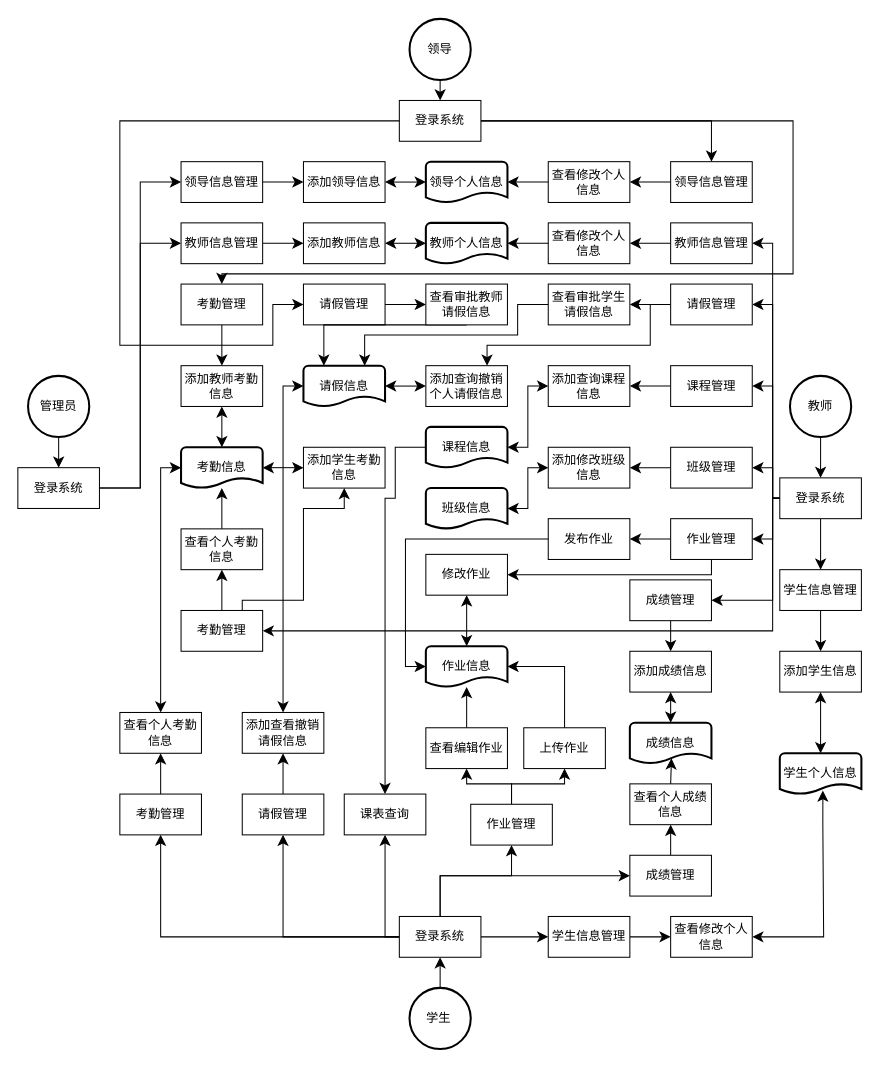
Before: page "系统流程" (2 of 47) of 系统结构图.drawio in yuglei/design, a draw.io diagram. Source tidied: cells renumbered, new cells numbered last; positions are measured from the earlier drawing's top-left corner, leaving out a move shared by most shapes. Both pictures are drawn from the tidied source at 102%, with x=0, y=0 at pixel (17, 18).
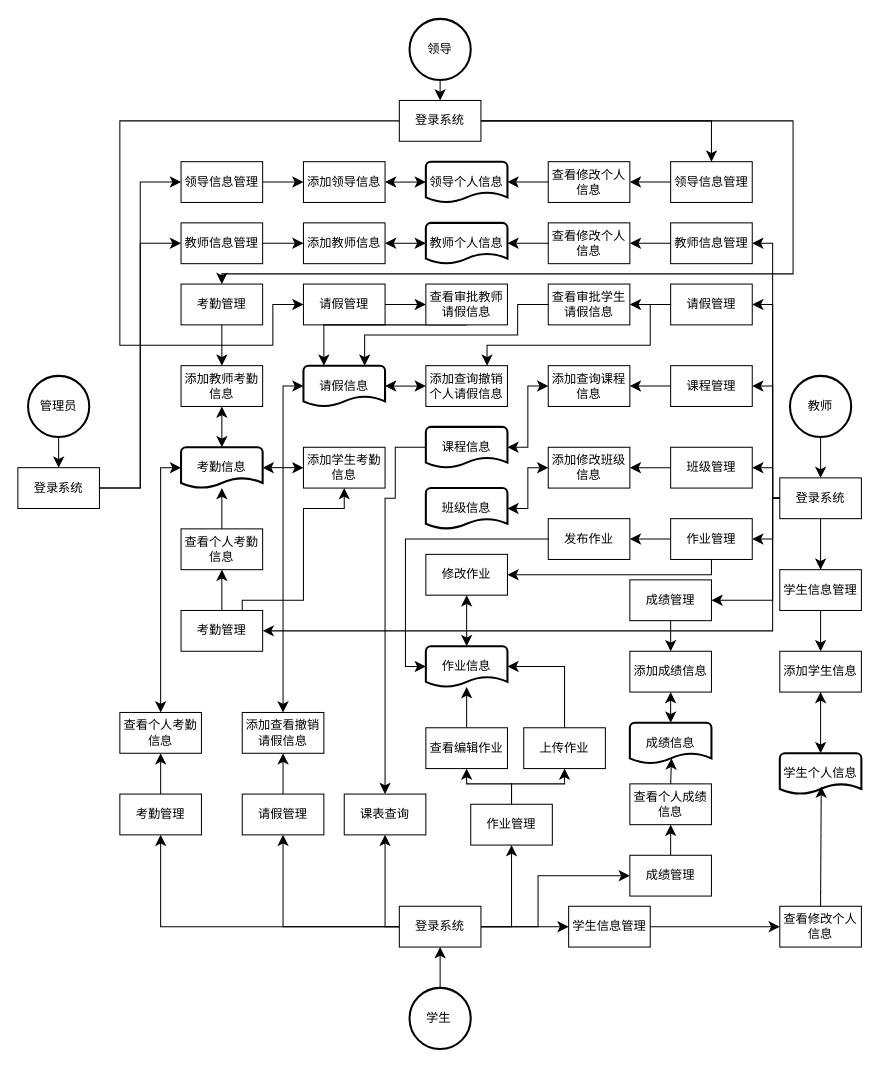
Above is the later version.

Unchanged cells that the change refers to:
```xml
<mxCell id="55" value="学生个人信息" style="strokeWidth=2;html=1;shape=mxgraph.flowchart.document2;whiteSpace=wrap;size=0.25;" parent="1" vertex="1">
  <mxGeometry x="747" y="720" width="80" height="40" as="geometry" />
</mxCell>
<mxCell id="103" value="课表查询" style="rounded=0;whiteSpace=wrap;html=1;" parent="1" vertex="1">
  <mxGeometry x="320" y="760" width="80" height="40" as="geometry" />
</mxCell>
<mxCell id="106" value="作业管理" style="rounded=0;whiteSpace=wrap;html=1;" parent="1" vertex="1">
  <mxGeometry x="444" y="770" width="80" height="40" as="geometry" />
</mxCell>
<mxCell id="108" value="成绩管理" style="rounded=0;whiteSpace=wrap;html=1;" parent="1" vertex="1">
  <mxGeometry x="600" y="820" width="80" height="40" as="geometry" />
</mxCell>
```

The edit, as a diff of the source:
```diff
@@
     <mxCell id="25" style="edgeStyle=orthogonalEdgeStyle;rounded=0;jettySize=auto;html=1;exitX=0;exitY=0.5;exitDx=0;exitDy=0;entryX=0.5;entryY=1;entryDx=0;entryDy=0;fontSize=12;startSize=8;endSize=8;" parent="1" edge="1" source="28" target="103">
       <mxGeometry relative="1" as="geometry">
         <Array as="points">
-          <mxPoint x="360" y="900" />
+          <mxPoint x="360" y="890" />
         </Array>
       </mxGeometry>
     </mxCell>
-    <mxCell id="26" style="edgeStyle=orthogonalEdgeStyle;rounded=0;jettySize=auto;html=1;exitX=0.5;exitY=0;exitDx=0;exitDy=0;entryX=0.5;entryY=1;entryDx=0;entryDy=0;fontSize=12;startSize=8;endSize=8;" parent="1" edge="1" source="28" target="106">
+    <mxCell id="26" style="edgeStyle=orthogonalEdgeStyle;rounded=0;jettySize=auto;html=1;exitX=1;exitY=0.5;exitDx=0;exitDy=0;entryX=0.5;entryY=1;entryDx=0;entryDy=0;fontSize=12;startSize=8;endSize=8;" parent="1" edge="1" source="28" target="106">
       <mxGeometry relative="1" as="geometry">
         <Array as="points">
-          <mxPoint x="414" y="840" />
-          <mxPoint x="484" y="840" />
+          <mxPoint x="484" y="890" />
         </Array>
       </mxGeometry>
     </mxCell>
-    <mxCell id="27" style="edgeStyle=orthogonalEdgeStyle;rounded=0;jettySize=auto;html=1;exitX=0.5;exitY=0;exitDx=0;exitDy=0;entryX=0;entryY=0.5;entryDx=0;entryDy=0;fontSize=12;startSize=8;endSize=8;" parent="1" edge="1" source="28" target="108">
+    <mxCell id="27" style="edgeStyle=orthogonalEdgeStyle;rounded=0;jettySize=auto;html=1;exitX=1;exitY=0.5;exitDx=0;exitDy=0;entryX=0;entryY=0.5;entryDx=0;entryDy=0;fontSize=12;startSize=8;endSize=8;" parent="1" edge="1" source="28" target="108">
       <mxGeometry relative="1" as="geometry">
         <Array as="points">
-          <mxPoint x="414" y="840" />
-          <mxPoint x="600" y="840" />
+          <mxPoint x="510" y="890" />
+          <mxPoint x="510" y="840" />
         </Array>
       </mxGeometry>
     </mxCell>
     <mxCell id="28" value="登录系统" style="rounded=0;whiteSpace=wrap;html=1;" parent="1" vertex="1">
-      <mxGeometry x="374" y="880" width="80" height="40" as="geometry" />
+      <mxGeometry x="374" y="870" width="80" height="40" as="geometry" />
     </mxCell>
@@
     <mxCell id="53" value="学生信息管理" style="rounded=0;whiteSpace=wrap;html=1;" parent="1" vertex="1">
-      <mxGeometry x="520" y="880" width="80" height="40" as="geometry" />
+      <mxGeometry x="540" y="870" width="80" height="40" as="geometry" />
     </mxCell>
@@
     <mxCell id="56" value="查看修改个人信息" style="rounded=0;whiteSpace=wrap;html=1;" parent="1" vertex="1">
-      <mxGeometry x="640" y="880" width="80" height="40" as="geometry" />
+      <mxGeometry x="747" y="870" width="80" height="40" as="geometry" />
     </mxCell>
@@
-    <mxCell id="58" style="endArrow=classic;startArrow=classic;html=1;rounded=0;fontSize=12;startSize=8;endSize=8;entryX=1;entryY=0.5;entryDx=0;entryDy=0;exitX=0.528;exitY=0.915;exitDx=0;exitDy=0;exitPerimeter=0;edgeStyle=orthogonalEdgeStyle;" parent="1" edge="1" source="55" target="56">
-      <mxGeometry relative="1" as="geometry">
-        <Array as="points">
-          <mxPoint x="789" y="790" />
-          <mxPoint x="790" y="900" />
-        </Array>
-      </mxGeometry>
-    </mxCell>
@@
+    <mxCell id="128" style="edgeStyle=none;curved=1;rounded=0;jettySize=auto;html=1;exitX=0.5;exitY=0;exitDx=0;exitDy=0;fontSize=12;startSize=8;endSize=8;entryX=0.508;entryY=0.815;entryDx=0;entryDy=0;entryPerimeter=0;" parent="1" edge="1" source="56" target="55">
+      <mxGeometry relative="1" as="geometry" />
+    </mxCell>
```
